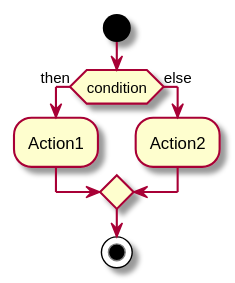
Earlier version of the PlantUML export USantaTecla/tech-plantuml/images/Ejemplo143.svg (USantaTecla-0-general/3-publicaciones).
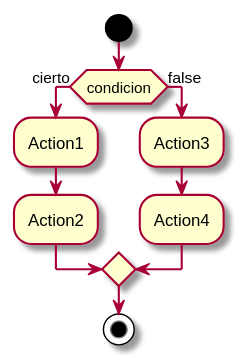
After the change.

What changed in the source:
```diff
@@ -1,9 +1,11 @@
 @startuml
 start
-if (condition) then (then)
+if (condicion) then (cierto)
   :Action1;
-else (else)
   :Action2;
+else (false)
+  :Action3;
+  :Action4;
 endif
 stop
 @enduml
```
